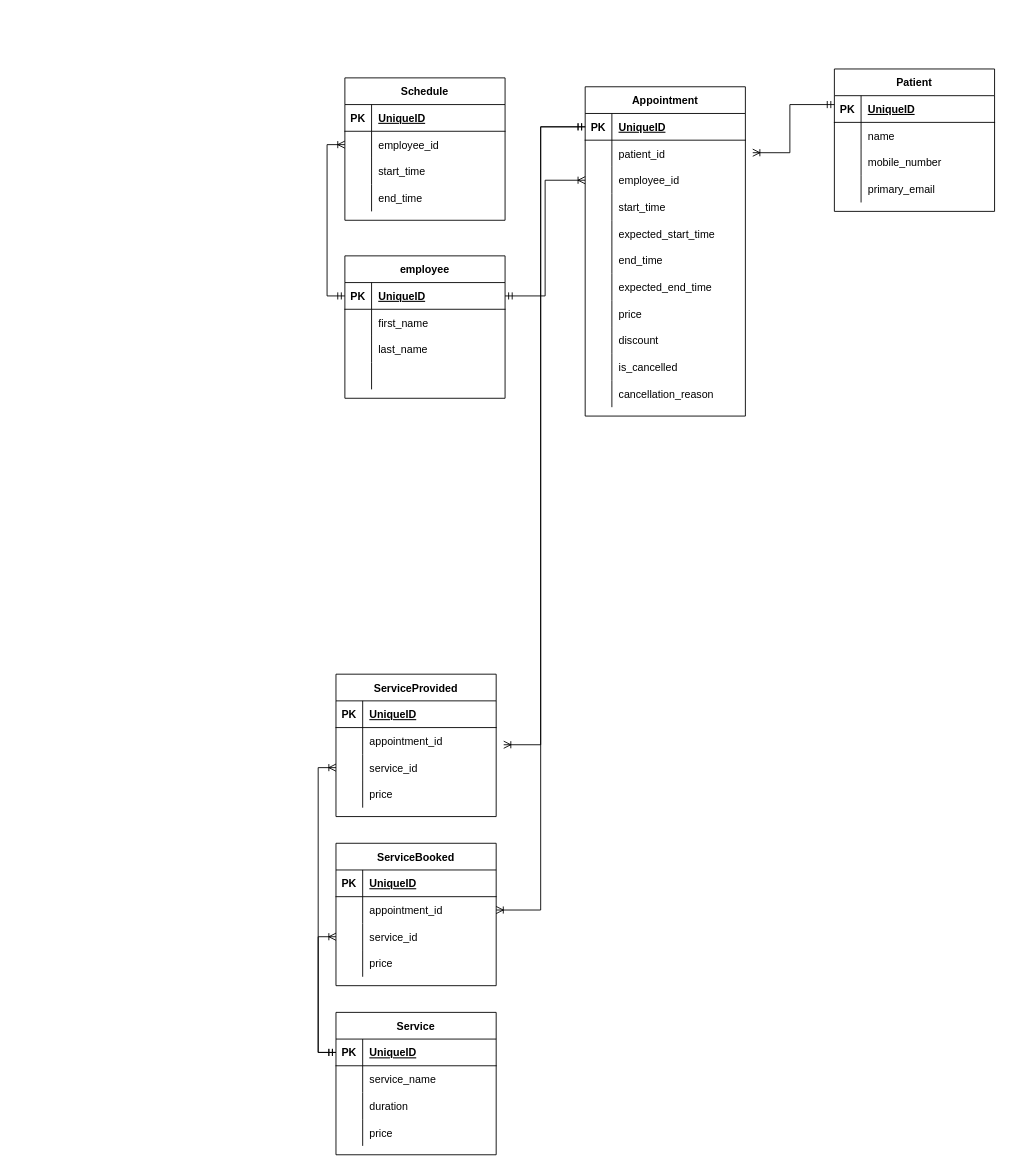
The draw.io diagram page "Research Project" (10 of 10) of ITM 304 Entity Relationships.drawio in wearypossum4770/itm304, before the edit. Source tidied: cells renumbered, new cells numbered last; positions are measured from the earlier drawing's top-left corner, leaving out a move shared by most shapes. Both pictures are drawn from the tidied source at 89%, with x=0, y=0 at pixel (336, 69).
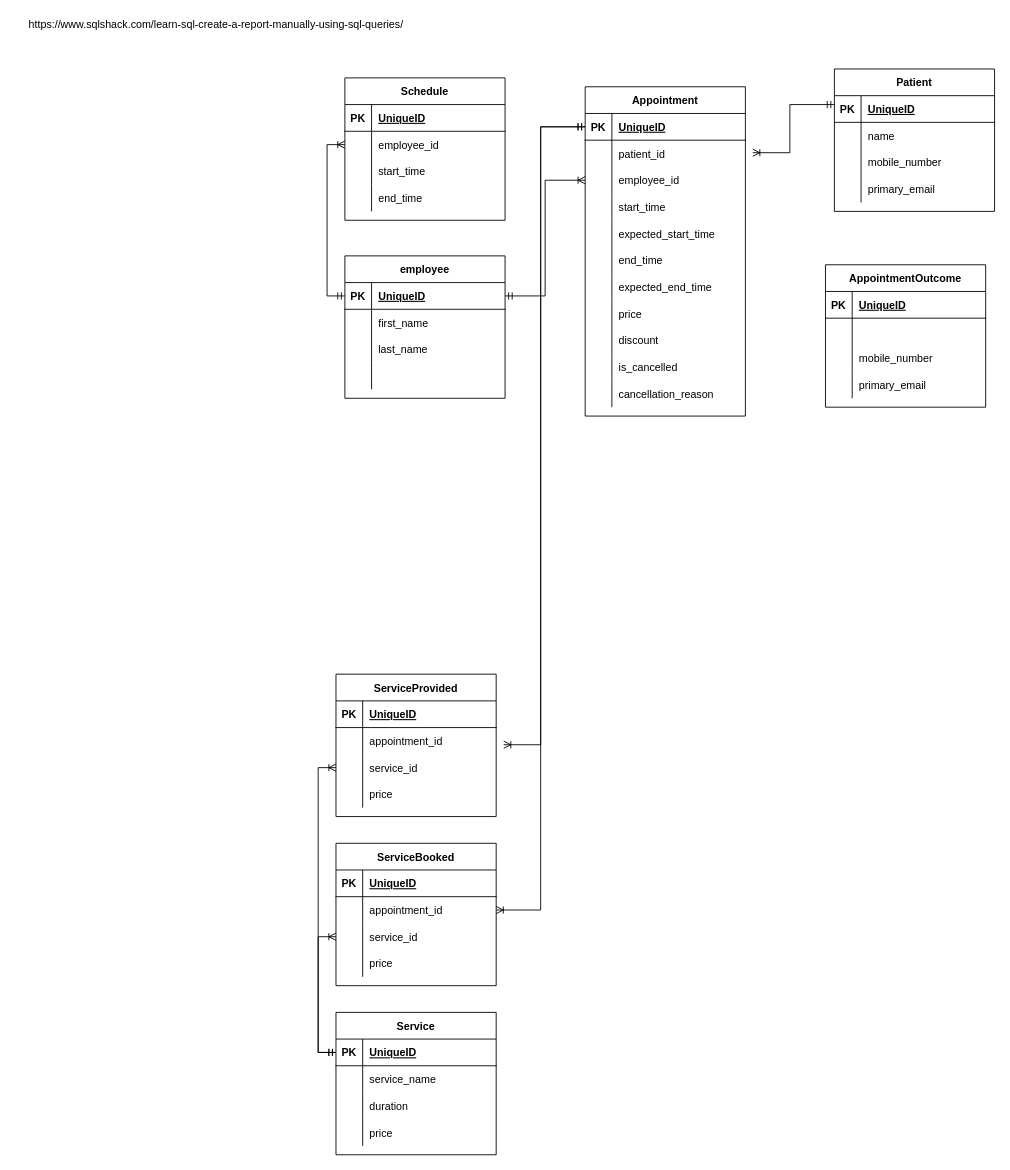
After the change.

What changed in the source:
```diff
@@
+    <mxCell id="121" value="AppointmentOutcome" style="shape=table;startSize=30;childLayout=tableLayout;rowLines=0;fontStyle=1;align=center;" parent="1" vertex="1">
+      <mxGeometry x="550" y="220" width="180" height="160" as="geometry" />
+    </mxCell>
+    <mxCell id="122" style="shape=partialRectangle;fillColor=none;top=0;left=0;bottom=1;right=0;" parent="121" vertex="1">
+      <mxGeometry y="30" width="180" height="30" as="geometry" />
+    </mxCell>
+    <mxCell id="123" value="PK" style="shape=partialRectangle;fillColor=none;top=0;left=0;bottom=0;right=0;fontStyle=1;overflow=hidden;" parent="122" vertex="1">
+      <mxGeometry width="30" height="30" as="geometry" />
+    </mxCell>
+    <mxCell id="124" value="UniqueID" style="shape=partialRectangle;fillColor=none;top=0;left=0;bottom=0;right=0;align=left;spacingLeft=6;fontStyle=5;overflow=hidden;" parent="122" vertex="1">
+      <mxGeometry x="30" width="150" height="30" as="geometry" />
+    </mxCell>
+    <mxCell id="125" style="shape=partialRectangle;fillColor=none;top=0;left=0;bottom=0;right=0;" parent="121" vertex="1">
+      <mxGeometry y="60" width="180" height="30" as="geometry" />
+    </mxCell>
+    <mxCell id="126" style="shape=partialRectangle;fillColor=none;top=0;left=0;bottom=0;right=0;overflow=hidden;" parent="125" vertex="1">
+      <mxGeometry width="30" height="30" as="geometry" />
+    </mxCell>
+    <mxCell id="127" style="shape=partialRectangle;fillColor=none;top=0;left=0;bottom=0;right=0;align=left;spacingLeft=6;overflow=hidden;" parent="125" vertex="1">
+      <mxGeometry x="30" width="150" height="30" as="geometry" />
+    </mxCell>
+    <mxCell id="128" style="shape=partialRectangle;fillColor=none;top=0;left=0;bottom=0;right=0;" parent="121" vertex="1">
+      <mxGeometry y="90" width="180" height="30" as="geometry" />
+    </mxCell>
+    <mxCell id="129" style="shape=partialRectangle;fillColor=none;top=0;left=0;bottom=0;right=0;overflow=hidden;" parent="128" vertex="1">
+      <mxGeometry width="30" height="30" as="geometry" />
+    </mxCell>
+    <mxCell id="130" value="mobile_number" style="shape=partialRectangle;fillColor=none;top=0;left=0;bottom=0;right=0;align=left;spacingLeft=6;overflow=hidden;" parent="128" vertex="1">
+      <mxGeometry x="30" width="150" height="30" as="geometry" />
+    </mxCell>
+    <mxCell id="131" style="shape=partialRectangle;fillColor=none;top=0;left=0;bottom=0;right=0;" parent="121" vertex="1">
+      <mxGeometry y="120" width="180" height="30" as="geometry" />
+    </mxCell>
+    <mxCell id="132" style="shape=partialRectangle;fillColor=none;top=0;left=0;bottom=0;right=0;overflow=hidden;" parent="131" vertex="1">
+      <mxGeometry width="30" height="30" as="geometry" />
+    </mxCell>
+    <mxCell id="133" value="primary_email" style="shape=partialRectangle;fillColor=none;top=0;left=0;bottom=0;right=0;align=left;spacingLeft=6;overflow=hidden;" parent="131" vertex="1">
+      <mxGeometry x="30" width="150" height="30" as="geometry" />
+    </mxCell>
+    <mxCell id="134" value="https://www.sqlshack.com/learn-sql-create-a-report-manually-using-sql-queries/" style="text;html=1;align=center;verticalAlign=middle;fillColor=none;strokeColor=none;rounded=0;" parent="1" vertex="1">
+      <mxGeometry x="-360" y="-60" width="450" height="20" as="geometry" />
+    </mxCell>
```
